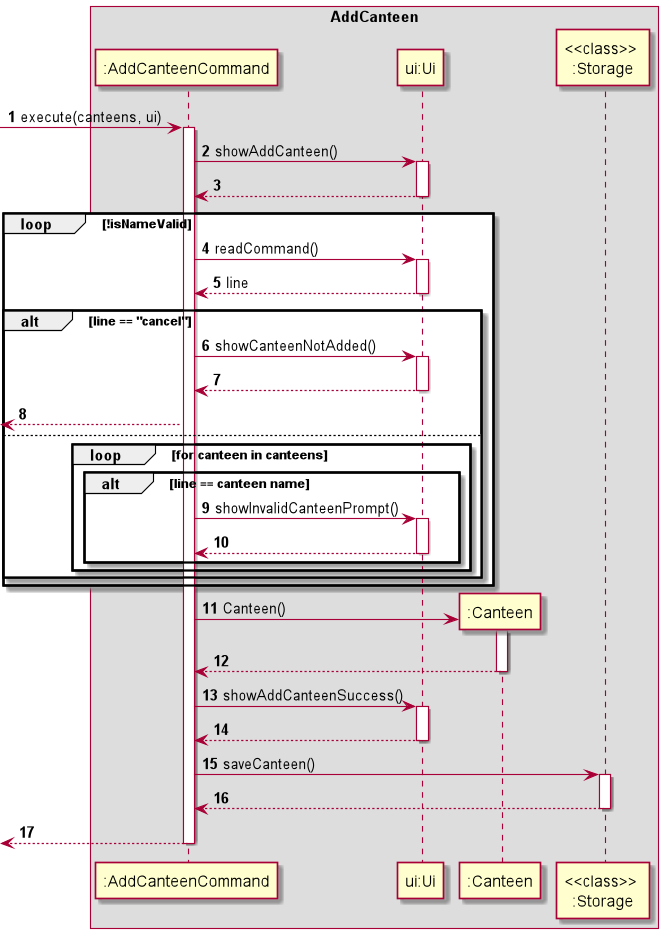
Above: docs/img/AddCanteen.png in nus-cs2113-AY2021S2/tp (PlantUML), before the change.
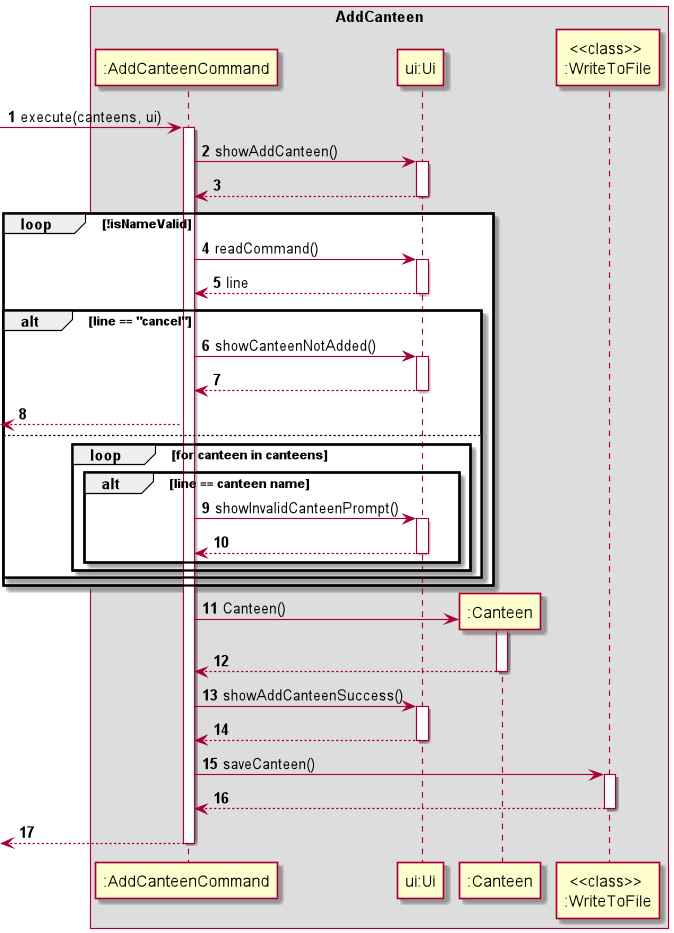
After the change.

What changed in the source:
```diff
@@ -47,10 +47,10 @@
 "ui:Ui" --> ":AddCanteenCommand"
 deactivate "ui:Ui"
 
-":AddCanteenCommand" -> "<<class>> \n:Storage" : saveCanteen()
-activate "<<class>> \n:Storage"
-"<<class>> \n:Storage" --> ":AddCanteenCommand"
-deactivate "<<class>> \n:Storage"
+":AddCanteenCommand" -> "<<class>> \n:WriteToFile" : saveCanteen()
+activate "<<class>> \n:WriteToFile"
+"<<class>> \n:WriteToFile" --> ":AddCanteenCommand"
+deactivate "<<class>> \n:WriteToFile"
 
 <-- ":AddCanteenCommand"
 deactivate ":AddCanteenCommand"
```
